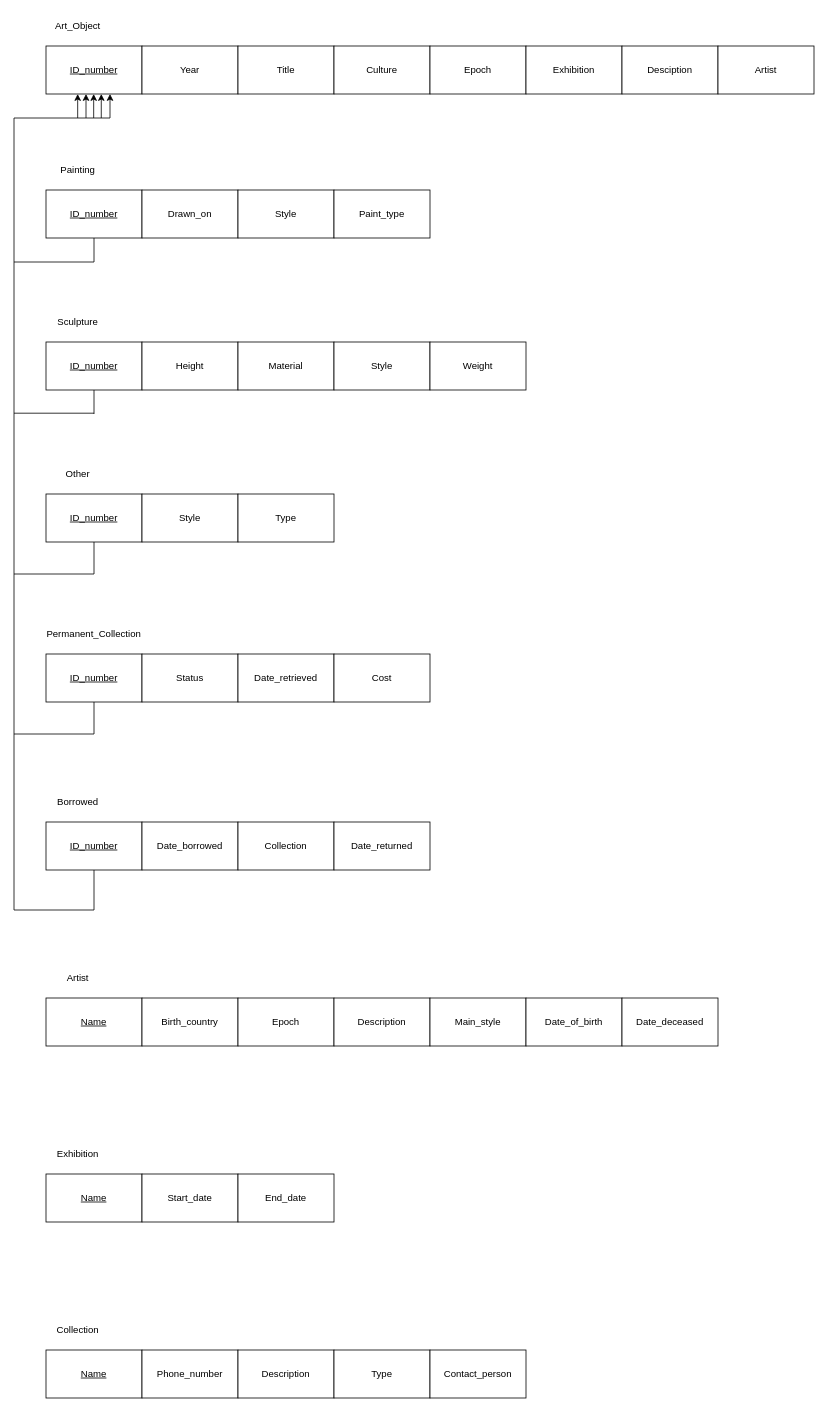
Before: EERD.drawio in ENSF-300-F23/museum-project-l03-35, a draw.io diagram. Source tidied: cells renumbered, new cells numbered last; positions are measured from the earlier drawing's top-left corner, leaving out a move shared by most shapes. Both pictures are drawn from the tidied source at 80%, with x=0, y=0 at pixel (14, 14).
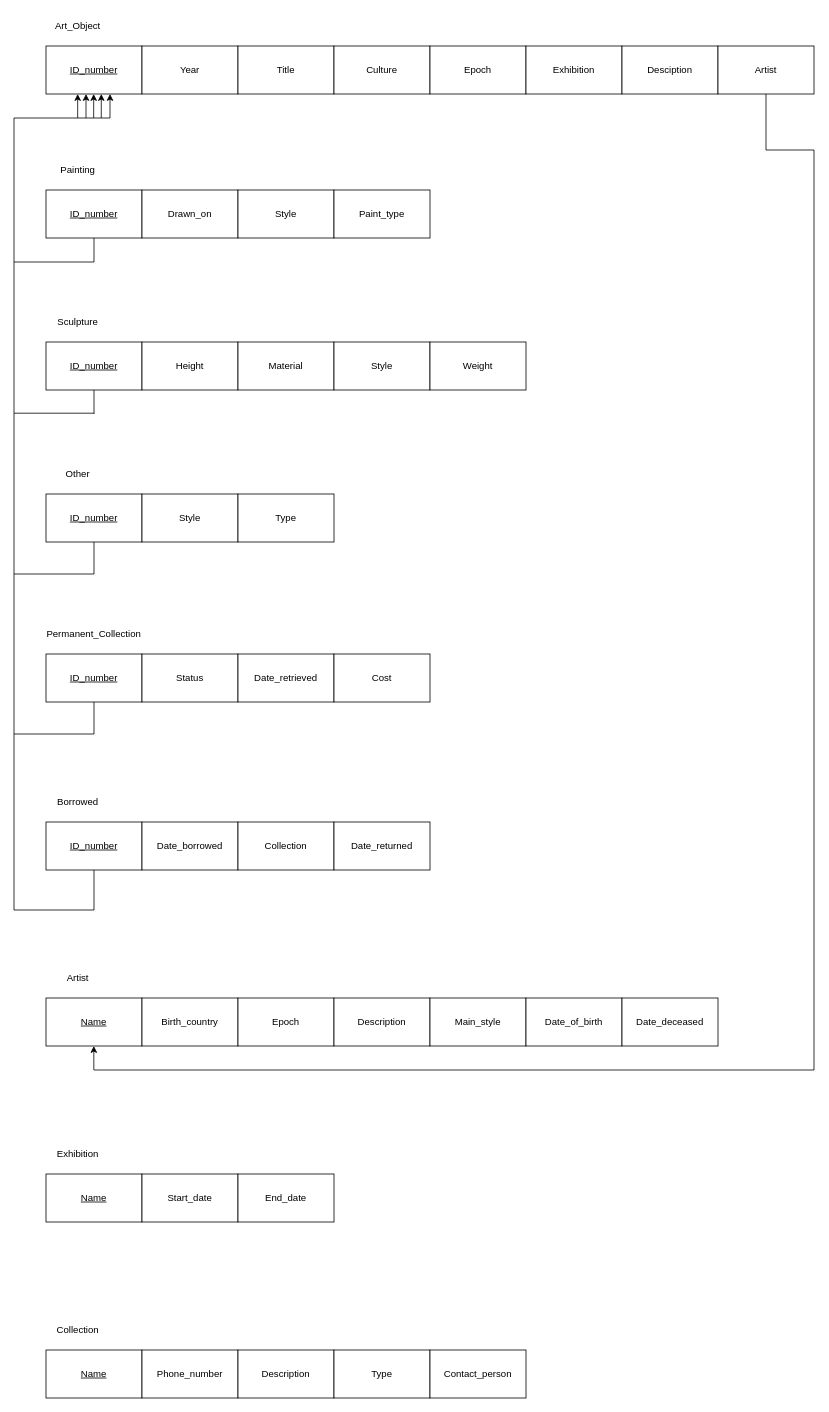
The same diagram, later.

Commit message:
Added foreign key connection calling Artist name from "Artist" to "Art Object"

Unchanged cells that the change refers to:
```xml
<mxCell id="48" value="Artist" style="rounded=0;whiteSpace=wrap;html=1;" parent="1" vertex="1">
  <mxGeometry x="880" y="40" width="120" height="60" as="geometry" />
</mxCell>
```

What changed in the source:
```diff
@@
+    <mxCell id="72" style="endArrow=classic;html=1;rounded=0;" parent="1" edge="1">
+      <mxGeometry relative="1" as="geometry">
+        <mxPoint x="99.8" y="1320" as="sourcePoint" />
+        <mxPoint x="99.8" y="1290" as="targetPoint" />
+      </mxGeometry>
+    </mxCell>
+    <mxCell id="73" style="endArrow=none;html=1;rounded=0;" parent="1" edge="1">
+      <mxGeometry relative="1" as="geometry">
+        <mxPoint x="100" y="1320" as="sourcePoint" />
+        <mxPoint x="1000" y="1320" as="targetPoint" />
+      </mxGeometry>
+    </mxCell>
+    <mxCell id="74" style="endArrow=none;html=1;rounded=0;" parent="1" edge="1">
+      <mxGeometry relative="1" as="geometry">
+        <mxPoint x="1000" y="1320" as="sourcePoint" />
+        <mxPoint x="1000" y="170" as="targetPoint" />
+      </mxGeometry>
+    </mxCell>
+    <mxCell id="75" style="endArrow=none;html=1;rounded=0;" parent="1" edge="1">
+      <mxGeometry relative="1" as="geometry">
+        <mxPoint x="940" y="170" as="sourcePoint" />
+        <mxPoint x="1000" y="170" as="targetPoint" />
+      </mxGeometry>
+    </mxCell>
+    <mxCell id="76" style="endArrow=none;html=1;rounded=0;exitX=0.5;exitY=1;exitDx=0;exitDy=0;" parent="1" edge="1" source="48">
+      <mxGeometry relative="1" as="geometry">
+        <mxPoint x="940" y="170" as="targetPoint" />
+      </mxGeometry>
+    </mxCell>
```
